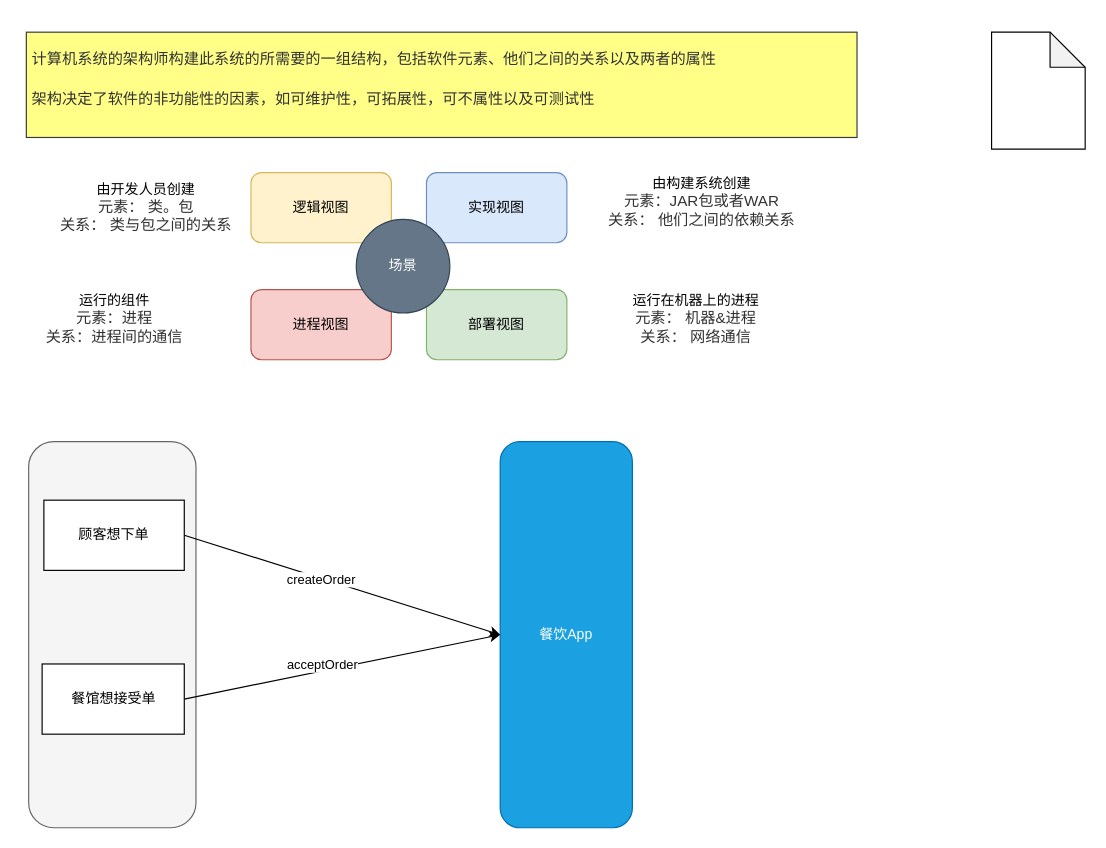
The draw.io diagram drawio/微服务设计模式-拆分.drawio in taoes/document, before the edit. Source tidied: cells renumbered, new cells numbered last; positions are measured from the earlier drawing's top-left corner, leaving out a move shared by most shapes. Both pictures are drawn from the tidied source at 117%, with x=0, y=0 at pixel (20, 32).
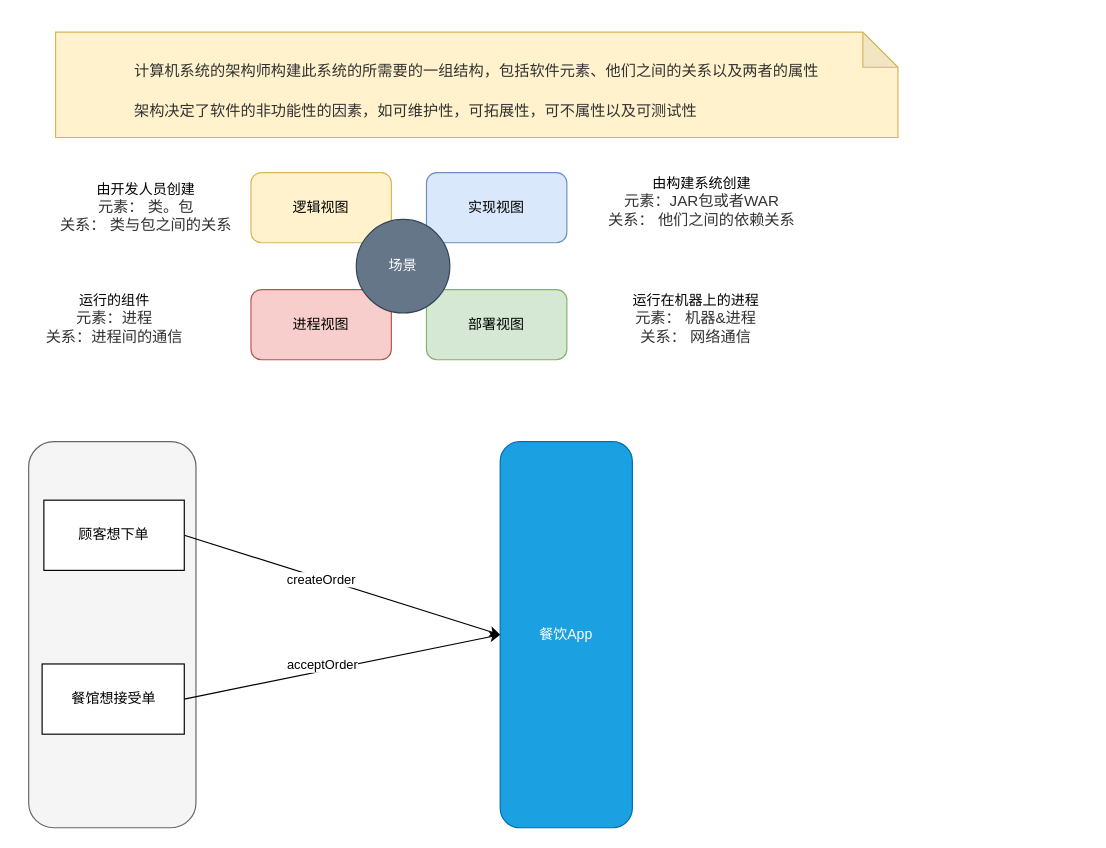
The same diagram, later.

Commit message (it also covers changes not shown here):
更新微服务设计模式-拆分.drawio

What changed in the source:
```diff
@@
-    <mxCell id="7" value="&lt;h1&gt;&lt;font style=&quot;color: rgb(50, 50, 50); font-family: 微软雅黑; font-size: 13px; font-weight: 400;&quot; color=&quot;#323232&quot;&gt;计算机系统的架构师构建此系统的所需要的一组结构，包括软件元素、他们之间的关系以及两者的属性&lt;/font&gt;&lt;div style=&quot;resize: none; outline: none; font-size: 13px; color: rgb(50, 50, 50); font-family: 微软雅黑; font-weight: 400;&quot;&gt;&lt;font color=&quot;#323232&quot;&gt;&lt;br&gt;&lt;/font&gt;&lt;/div&gt;&lt;div style=&quot;resize: none; outline: none; font-size: 13px; color: rgb(50, 50, 50); font-family: 微软雅黑; font-weight: 400;&quot;&gt;&lt;font color=&quot;#323232&quot;&gt;架构决定了软件的非功能性的因素，如可维护性，可拓展性，可不属性以及可测试性&lt;/font&gt;&lt;/div&gt;&lt;/h1&gt;" style="text;html=1;strokeColor=#36393d;fillColor=#ffff88;spacing=5;spacingTop=-20;whiteSpace=wrap;overflow=hidden;rounded=0;" parent="1" vertex="1">
-      <mxGeometry x="5" width="710" height="90" as="geometry" />
-    </mxCell>
@@
-    <mxCell id="20" style="shape=note;whiteSpace=wrap;html=1;backgroundOutline=1;darkOpacity=0.05;" parent="1" vertex="1">
-      <mxGeometry x="830" width="80" height="100" as="geometry" />
+    <mxCell id="20" value="&lt;h1 style=&quot;border-color: var(--border-color); text-align: left;&quot;&gt;&lt;font style=&quot;border-color: var(--border-color); color: rgb(50, 50, 50); font-family: 微软雅黑; font-size: 13px; font-weight: 400;&quot; color=&quot;#323232&quot;&gt;计算机系统的架构师构建此系统的所需要的一组结构，包括软件元素、他们之间的关系以及两者的属性&lt;/font&gt;&lt;div style=&quot;border-color: var(--border-color); resize: none; outline: none; font-size: 13px; color: rgb(50, 50, 50); font-family: 微软雅黑; font-weight: 400;&quot;&gt;&lt;font style=&quot;border-color: var(--border-color);&quot; color=&quot;#323232&quot;&gt;&lt;br style=&quot;border-color: var(--border-color);&quot;&gt;&lt;/font&gt;&lt;/div&gt;&lt;div style=&quot;border-color: var(--border-color); resize: none; outline: none; font-size: 13px; color: rgb(50, 50, 50); font-family: 微软雅黑; font-weight: 400;&quot;&gt;&lt;font style=&quot;border-color: var(--border-color);&quot; color=&quot;#323232&quot;&gt;架构决定了软件的非功能性的因素，如可维护性，可拓展性，可不属性以及可测试性&lt;/font&gt;&lt;/div&gt;&lt;/h1&gt;" style="shape=note;whiteSpace=wrap;html=1;backgroundOutline=1;darkOpacity=0.05;fillColor=#fff2cc;strokeColor=#d6b656;" parent="1" vertex="1">
+      <mxGeometry x="30" width="720" height="90" as="geometry" />
     </mxCell>
```
